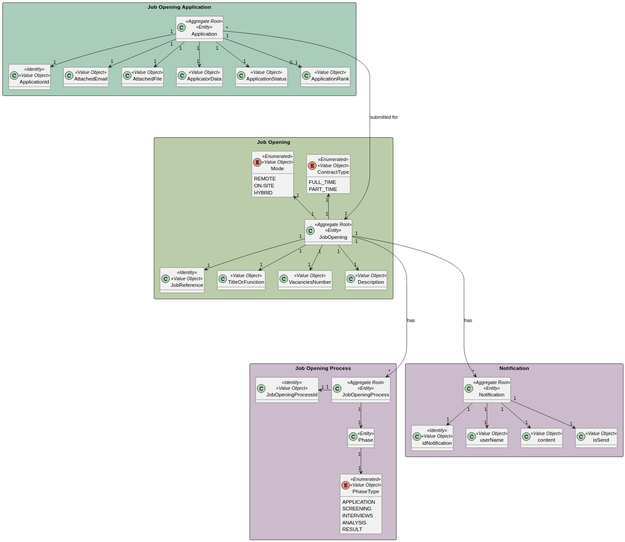
Above: docs/sprintC/3003/svg/3003-domain-model.svg in marcoferreira37/Lapr4 (PlantUML), before the change.
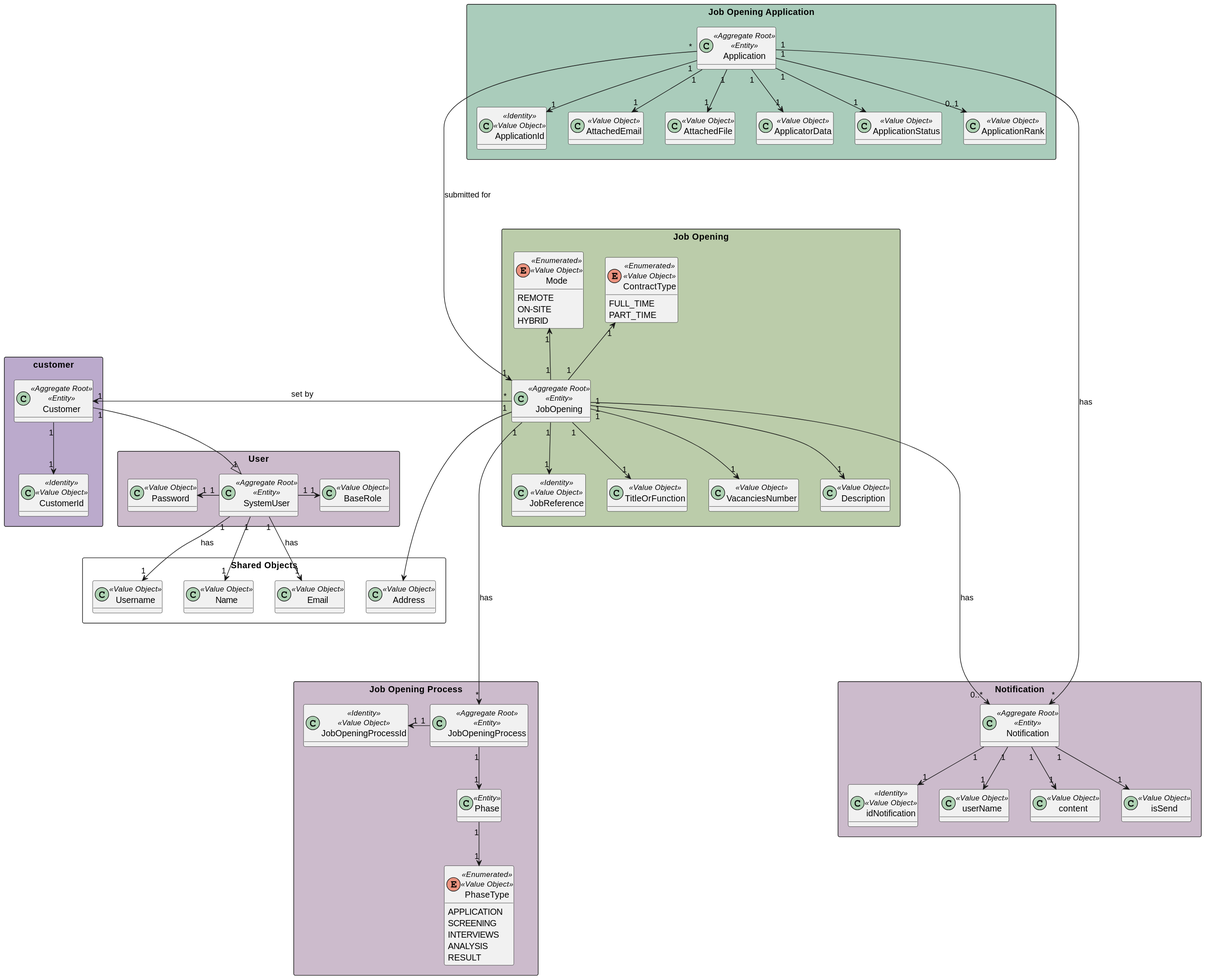
Later version of the same file.

Change to the diagram source:
```diff
@@ -75,6 +75,40 @@
 
 
 
+rectangle customer #bbaacc{
+    class Customer <<Aggregate Root>><<Entity>>{}
+    class CustomerId<<Identity>><<Value Object>>{}
+}
+
+
+rectangle "Shared Objects" {
+
+    class Email <<Value Object>>
+    class Username <<Value Object>>
+    class Address <<Value Object>>
+    class Name<<Value Object>>{}
+
+}
+
+
+
+rectangle "User" #ccbbcc {
+    class SystemUser <<Aggregate Root>><<Entity>>{}
+    class Password<<Value Object>>{}
+    class BaseRole<<Value Object>>{}
+
+    SystemUser "1" --> "1" Email: has
+    SystemUser "1" --> "1" Username: has
+    SystemUser "1" -up> "1" Password
+    SystemUser "1" --> "1" Name
+    SystemUser "1" -> "1" BaseRole
+    Customer "1" --|> "1" SystemUser
+
+}
+
+
+
+
 
 
 JobReference "1" <-up- "1" JobOpening
@@ -93,7 +127,7 @@
 Application "*" -----> "1" JobOpening : submitted for
 Application "1" --> "1" ApplicationStatus
 Application "1" --> "0..1" ApplicationRank
-
+Application "1" --> "*" Notification : has
 
 JobOpeningProcess "1" -left-> "1" JobOpeningProcessId
 JobOpening "1" -----> "*" JobOpeningProcess : has
@@ -105,5 +139,10 @@
 Notification "1" --> "1" content
 Notification "1" --> "1" isSend
 
-JobOpening "1" -----> "*" Notification : has
+JobOpening "1" -----> "0..*" Notification : has
+
+Customer "1" --> "1" CustomerId
+
+JobOpening "*" -> "1" Customer : set by
+JobOpening "1" --> Address
 @enduml
```
